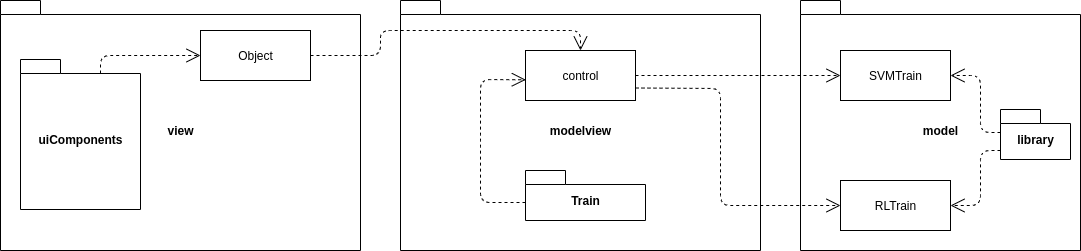
The draw.io diagram Diagrams/Package/tool_design_patern.png in teamafkSWE/PredireInGrafana-docs, before a commit. Source tidied: cells renumbered, new cells last; positions are measured from the earlier drawing's top-left corner, leaving out a move shared by most shapes. Its diagram source:
```xml
<mxGraphModel>
  <root>
    <mxCell id="0" />
    <mxCell id="1" parent="0" />
    <mxCell id="2" value="view" style="shape=folder;fontStyle=1;spacingTop=10;tabWidth=40;tabHeight=14;tabPosition=left;html=1;" parent="1" vertex="1">
      <mxGeometry width="360" height="250" as="geometry" />
    </mxCell>
    <mxCell id="3" value="modelview" style="shape=folder;fontStyle=1;spacingTop=10;tabWidth=40;tabHeight=14;tabPosition=left;html=1;" parent="1" vertex="1">
      <mxGeometry x="400" width="360" height="250" as="geometry" />
    </mxCell>
    <mxCell id="4" value="model" style="shape=folder;fontStyle=1;spacingTop=10;tabWidth=40;tabHeight=14;tabPosition=left;html=1;" parent="1" vertex="1">
      <mxGeometry x="800" width="280" height="250" as="geometry" />
    </mxCell>
    <mxCell id="5" value="uiComponents" style="shape=folder;fontStyle=1;spacingTop=10;tabWidth=40;tabHeight=14;tabPosition=left;html=1;" parent="1" vertex="1">
      <mxGeometry x="20" y="59" width="120" height="150" as="geometry" />
    </mxCell>
    <mxCell id="6" style="endArrow=open;endSize=12;dashed=1;html=1;entryX=0;entryY=0.5;entryDx=0;entryDy=0;exitX=0;exitY=0;exitDx=80;exitDy=14;exitPerimeter=0;" parent="1" edge="1" source="5" target="18">
      <mxGeometry relative="1" as="geometry">
        <Array as="points">
          <mxPoint x="100" y="55" />
        </Array>
      </mxGeometry>
    </mxCell>
    <mxCell id="7" value="control" style="html=1;" parent="1" vertex="1">
      <mxGeometry x="525" y="50" width="110" height="50" as="geometry" />
    </mxCell>
    <mxCell id="8" style="endArrow=open;endSize=12;dashed=1;html=1;exitX=1;exitY=0.5;exitDx=0;exitDy=0;entryX=0.5;entryY=0;entryDx=0;entryDy=0;" parent="1" edge="1" source="18" target="7">
      <mxGeometry y="15" relative="1" as="geometry">
        <Array as="points">
          <mxPoint x="380" y="55" />
          <mxPoint x="380" y="30" />
          <mxPoint x="580" y="30" />
        </Array>
      </mxGeometry>
    </mxCell>
    <mxCell id="9" value="Train" style="shape=folder;fontStyle=1;spacingTop=10;tabWidth=40;tabHeight=14;tabPosition=left;html=1;" parent="1" vertex="1">
      <mxGeometry x="525" y="170" width="120" height="50" as="geometry" />
    </mxCell>
    <mxCell id="10" style="endArrow=open;endSize=12;dashed=1;html=1;exitX=0;exitY=0;exitDx=0;exitDy=32;exitPerimeter=0;entryX=0.003;entryY=0.586;entryDx=0;entryDy=0;entryPerimeter=0;" parent="1" edge="1" source="9" target="7">
      <mxGeometry relative="1" as="geometry">
        <Array as="points">
          <mxPoint x="480" y="202" />
          <mxPoint x="480" y="140" />
          <mxPoint x="480" y="79" />
        </Array>
      </mxGeometry>
    </mxCell>
    <mxCell id="11" value="library" style="shape=folder;fontStyle=1;spacingTop=10;tabWidth=40;tabHeight=14;tabPosition=left;html=1;" parent="1" vertex="1">
      <mxGeometry x="1000" y="109" width="70" height="50" as="geometry" />
    </mxCell>
    <mxCell id="12" value="RLTrain" style="html=1;" parent="1" vertex="1">
      <mxGeometry x="840" y="180" width="110" height="50" as="geometry" />
    </mxCell>
    <mxCell id="13" value="SVMTrain" style="html=1;" parent="1" vertex="1">
      <mxGeometry x="840" y="50" width="110" height="50" as="geometry" />
    </mxCell>
    <mxCell id="14" style="endArrow=open;endSize=12;dashed=1;html=1;exitX=0;exitY=0;exitDx=0;exitDy=23;exitPerimeter=0;entryX=1;entryY=0.5;entryDx=0;entryDy=0;" parent="1" edge="1" source="11" target="13">
      <mxGeometry relative="1" as="geometry">
        <Array as="points">
          <mxPoint x="980" y="132" />
          <mxPoint x="980" y="75" />
        </Array>
      </mxGeometry>
    </mxCell>
    <mxCell id="15" style="endArrow=open;endSize=12;dashed=1;html=1;exitX=0;exitY=0;exitDx=0;exitDy=41;exitPerimeter=0;entryX=1;entryY=0.5;entryDx=0;entryDy=0;" parent="1" edge="1" source="11" target="12">
      <mxGeometry relative="1" as="geometry">
        <Array as="points">
          <mxPoint x="980" y="150" />
          <mxPoint x="980" y="205" />
        </Array>
      </mxGeometry>
    </mxCell>
    <mxCell id="16" style="endArrow=open;endSize=12;dashed=1;html=1;exitX=1;exitY=0.75;exitDx=0;exitDy=0;entryX=0;entryY=0.5;entryDx=0;entryDy=0;" parent="1" edge="1" source="7" target="12">
      <mxGeometry relative="1" as="geometry">
        <Array as="points">
          <mxPoint x="720" y="88" />
          <mxPoint x="720" y="205" />
        </Array>
      </mxGeometry>
    </mxCell>
    <mxCell id="17" style="endArrow=open;endSize=12;dashed=1;html=1;exitX=1;exitY=0.5;exitDx=0;exitDy=0;entryX=0;entryY=0.5;entryDx=0;entryDy=0;" parent="1" edge="1" source="7" target="13">
      <mxGeometry relative="1" as="geometry" />
    </mxCell>
    <mxCell id="18" value="Object" style="html=1;" parent="1" vertex="1">
      <mxGeometry x="200" y="30" width="110" height="50" as="geometry" />
    </mxCell>
  </root>
</mxGraphModel>
```
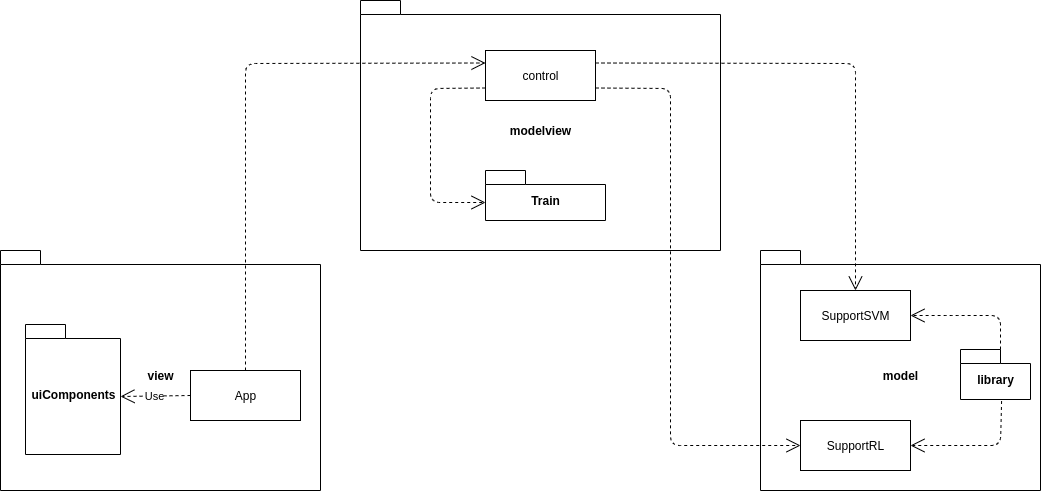
The same file after the commit.

Commit message:
corretto mvvm

Change to the diagram source:
```diff
@@ -3,86 +3,82 @@
     <mxCell id="0" />
     <mxCell id="1" parent="0" />
     <mxCell id="2" value="view" style="shape=folder;fontStyle=1;spacingTop=10;tabWidth=40;tabHeight=14;tabPosition=left;html=1;" parent="1" vertex="1">
-      <mxGeometry width="360" height="250" as="geometry" />
+      <mxGeometry y="30" width="320" height="240" as="geometry" />
     </mxCell>
     <mxCell id="3" value="modelview" style="shape=folder;fontStyle=1;spacingTop=10;tabWidth=40;tabHeight=14;tabPosition=left;html=1;" parent="1" vertex="1">
-      <mxGeometry x="400" width="360" height="250" as="geometry" />
+      <mxGeometry x="360" y="-220" width="360" height="250" as="geometry" />
     </mxCell>
     <mxCell id="4" value="model" style="shape=folder;fontStyle=1;spacingTop=10;tabWidth=40;tabHeight=14;tabPosition=left;html=1;" parent="1" vertex="1">
-      <mxGeometry x="800" width="280" height="250" as="geometry" />
+      <mxGeometry x="760" y="30" width="280" height="240" as="geometry" />
     </mxCell>
     <mxCell id="5" value="uiComponents" style="shape=folder;fontStyle=1;spacingTop=10;tabWidth=40;tabHeight=14;tabPosition=left;html=1;" parent="1" vertex="1">
-      <mxGeometry x="20" y="59" width="120" height="150" as="geometry" />
+      <mxGeometry x="25" y="104" width="95" height="130" as="geometry" />
     </mxCell>
-    <mxCell id="6" style="endArrow=open;endSize=12;dashed=1;html=1;entryX=0;entryY=0.5;entryDx=0;entryDy=0;exitX=0;exitY=0;exitDx=80;exitDy=14;exitPerimeter=0;" parent="1" edge="1" source="5" target="18">
-      <mxGeometry relative="1" as="geometry">
-        <Array as="points">
-          <mxPoint x="100" y="55" />
-        </Array>
-      </mxGeometry>
-    </mxCell>
     <mxCell id="7" value="control" style="html=1;" parent="1" vertex="1">
-      <mxGeometry x="525" y="50" width="110" height="50" as="geometry" />
+      <mxGeometry x="485" y="-170" width="110" height="50" as="geometry" />
     </mxCell>
-    <mxCell id="8" style="endArrow=open;endSize=12;dashed=1;html=1;exitX=1;exitY=0.5;exitDx=0;exitDy=0;entryX=0.5;entryY=0;entryDx=0;entryDy=0;" parent="1" edge="1" source="18" target="7">
-      <mxGeometry y="15" relative="1" as="geometry">
-        <Array as="points">
-          <mxPoint x="380" y="55" />
-          <mxPoint x="380" y="30" />
-          <mxPoint x="580" y="30" />
-        </Array>
-      </mxGeometry>
-    </mxCell>
     <mxCell id="9" value="Train" style="shape=folder;fontStyle=1;spacingTop=10;tabWidth=40;tabHeight=14;tabPosition=left;html=1;" parent="1" vertex="1">
-      <mxGeometry x="525" y="170" width="120" height="50" as="geometry" />
+      <mxGeometry x="485" y="-50" width="120" height="50" as="geometry" />
     </mxCell>
-    <mxCell id="10" style="endArrow=open;endSize=12;dashed=1;html=1;exitX=0;exitY=0;exitDx=0;exitDy=32;exitPerimeter=0;entryX=0.003;entryY=0.586;entryDx=0;entryDy=0;entryPerimeter=0;" parent="1" edge="1" source="9" target="7">
-      <mxGeometry relative="1" as="geometry">
-        <Array as="points">
-          <mxPoint x="480" y="202" />
-          <mxPoint x="480" y="140" />
-          <mxPoint x="480" y="79" />
-        </Array>
-      </mxGeometry>
-    </mxCell>
     <mxCell id="11" value="library" style="shape=folder;fontStyle=1;spacingTop=10;tabWidth=40;tabHeight=14;tabPosition=left;html=1;" parent="1" vertex="1">
-      <mxGeometry x="1000" y="109" width="70" height="50" as="geometry" />
+      <mxGeometry x="960" y="129" width="70" height="50" as="geometry" />
     </mxCell>
-    <mxCell id="12" value="RLTrain" style="html=1;" parent="1" vertex="1">
-      <mxGeometry x="840" y="180" width="110" height="50" as="geometry" />
+    <mxCell id="12" value="SupportRL" style="html=1;" parent="1" vertex="1">
+      <mxGeometry x="800" y="200" width="110" height="50" as="geometry" />
     </mxCell>
-    <mxCell id="13" value="SVMTrain" style="html=1;" parent="1" vertex="1">
-      <mxGeometry x="840" y="50" width="110" height="50" as="geometry" />
+    <mxCell id="13" value="SupportSVM" style="html=1;" parent="1" vertex="1">
+      <mxGeometry x="800" y="70" width="110" height="50" as="geometry" />
     </mxCell>
-    <mxCell id="14" style="endArrow=open;endSize=12;dashed=1;html=1;exitX=0;exitY=0;exitDx=0;exitDy=23;exitPerimeter=0;entryX=1;entryY=0.5;entryDx=0;entryDy=0;" parent="1" edge="1" source="11" target="13">
+    <mxCell id="14" style="endArrow=open;endSize=12;dashed=1;html=1;exitX=0;exitY=0;exitDx=40;exitDy=0;exitPerimeter=0;entryX=1;entryY=0.5;entryDx=0;entryDy=0;" parent="1" edge="1" source="11" target="13">
       <mxGeometry relative="1" as="geometry">
         <Array as="points">
-          <mxPoint x="980" y="132" />
-          <mxPoint x="980" y="75" />
+          <mxPoint x="1000" y="95" />
+          <mxPoint x="950" y="95" />
         </Array>
       </mxGeometry>
     </mxCell>
-    <mxCell id="15" style="endArrow=open;endSize=12;dashed=1;html=1;exitX=0;exitY=0;exitDx=0;exitDy=41;exitPerimeter=0;entryX=1;entryY=0.5;entryDx=0;entryDy=0;" parent="1" edge="1" source="11" target="12">
+    <mxCell id="15" style="endArrow=open;endSize=12;dashed=1;html=1;exitX=0.587;exitY=1.03;exitDx=0;exitDy=0;exitPerimeter=0;entryX=1;entryY=0.5;entryDx=0;entryDy=0;" parent="1" edge="1" source="11" target="12">
       <mxGeometry relative="1" as="geometry">
         <Array as="points">
-          <mxPoint x="980" y="150" />
-          <mxPoint x="980" y="205" />
+          <mxPoint x="1000" y="225" />
         </Array>
       </mxGeometry>
     </mxCell>
+    <mxCell id="18" value="App" style="html=1;" parent="1" vertex="1">
+      <mxGeometry x="190" y="150" width="110" height="50" as="geometry" />
+    </mxCell>
+    <mxCell id="8" style="endArrow=open;endSize=12;dashed=1;html=1;exitX=0.5;exitY=0;exitDx=0;exitDy=0;entryX=0;entryY=0.25;entryDx=0;entryDy=0;" parent="1" edge="1" source="18" target="7">
+      <mxGeometry relative="1" as="geometry">
+        <Array as="points">
+          <mxPoint x="245" y="-157" />
+        </Array>
+      </mxGeometry>
+    </mxCell>
+    <mxCell id="19" style="endArrow=open;endSize=12;dashed=1;html=1;exitX=0;exitY=0.75;exitDx=0;exitDy=0;entryX=0;entryY=0;entryDx=0;entryDy=32;entryPerimeter=0;" parent="1" edge="1" source="7" target="9">
+      <mxGeometry relative="1" as="geometry">
+        <Array as="points">
+          <mxPoint x="430" y="-132" />
+          <mxPoint x="430" y="-18" />
+        </Array>
+      </mxGeometry>
+    </mxCell>
+    <mxCell id="17" style="endArrow=open;endSize=12;dashed=1;html=1;exitX=1;exitY=0.25;exitDx=0;exitDy=0;entryX=0.5;entryY=0;entryDx=0;entryDy=0;" parent="1" edge="1" source="7" target="13">
+      <mxGeometry relative="1" as="geometry">
+        <Array as="points">
+          <mxPoint x="855" y="-157" />
+        </Array>
+      </mxGeometry>
+    </mxCell>
     <mxCell id="16" style="endArrow=open;endSize=12;dashed=1;html=1;exitX=1;exitY=0.75;exitDx=0;exitDy=0;entryX=0;entryY=0.5;entryDx=0;entryDy=0;" parent="1" edge="1" source="7" target="12">
       <mxGeometry relative="1" as="geometry">
         <Array as="points">
-          <mxPoint x="720" y="88" />
-          <mxPoint x="720" y="205" />
+          <mxPoint x="670" y="-132" />
+          <mxPoint x="670" y="225" />
         </Array>
       </mxGeometry>
     </mxCell>
-    <mxCell id="17" style="endArrow=open;endSize=12;dashed=1;html=1;exitX=1;exitY=0.5;exitDx=0;exitDy=0;entryX=0;entryY=0.5;entryDx=0;entryDy=0;" parent="1" edge="1" source="7" target="13">
-      <mxGeometry relative="1" as="geometry" />
-    </mxCell>
-    <mxCell id="18" value="Object" style="html=1;" parent="1" vertex="1">
-      <mxGeometry x="200" y="30" width="110" height="50" as="geometry" />
-    </mxCell>
+    <mxCell id="20" value="Use" style="endArrow=open;endSize=12;dashed=1;html=1;exitX=0;exitY=0.5;exitDx=0;exitDy=0;entryX=0;entryY=0;entryDx=95;entryDy=72;entryPerimeter=0;" parent="1" edge="1" source="18" target="5">
+      <mxGeometry relative="1" as="geometry" />
+    </mxCell>
   </root>
 </mxGraphModel>
```
